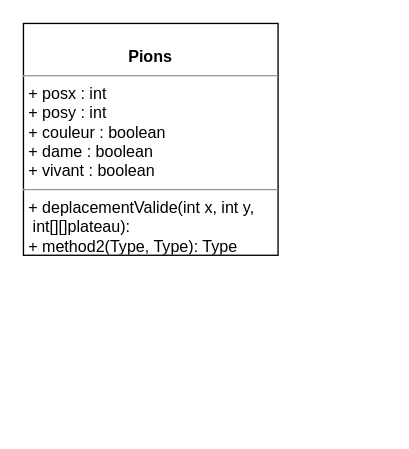
Above: Untitled Diagram.drawio in ElNeoX-dev/Dames (draw.io), before the change. Source tidied: cells renumbered, new cells numbered last; positions are measured from the earlier drawing's top-left corner, leaving out a move shared by most shapes. Both pictures are drawn from the tidied source at 134%, with x=0, y=0 at pixel (23, 23).
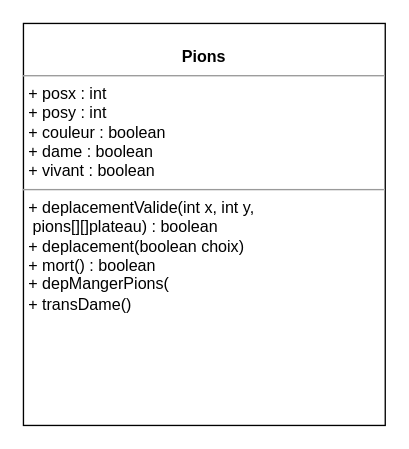
After the change.

What changed in the source:
```diff
@@
 <mxGraphModel background="#ffffff">
   <root>
     <mxCell id="0" />
     <mxCell id="1" parent="0" />
-    <mxCell id="2" value="&lt;p style=&quot;margin: 0px ; margin-top: 4px ; text-align: center&quot;&gt;&lt;br&gt;&lt;b&gt;Pions&lt;/b&gt;&lt;/p&gt;&lt;hr size=&quot;1&quot;&gt;&lt;p style=&quot;margin: 0px ; margin-left: 4px&quot;&gt;+ posx : int&lt;/p&gt;&lt;p style=&quot;margin: 0px ; margin-left: 4px&quot;&gt;+ posy : int&lt;br&gt;+ couleur : boolean&lt;/p&gt;&lt;p style=&quot;margin: 0px ; margin-left: 4px&quot;&gt;+ dame : boolean&lt;/p&gt;&lt;p style=&quot;margin: 0px ; margin-left: 4px&quot;&gt;+ vivant : boolean&lt;/p&gt;&lt;hr size=&quot;1&quot;&gt;&lt;p style=&quot;margin: 0px ; margin-left: 4px&quot;&gt;+ deplacementValide(int x, int y,&lt;/p&gt;&lt;p style=&quot;margin: 0px ; margin-left: 4px&quot;&gt;&amp;nbsp;int[][]plateau):&amp;nbsp;&lt;br&gt;+ method2(Type, Type): Type&lt;/p&gt;" style="verticalAlign=top;align=left;overflow=fill;fontSize=12;fontFamily=Helvetica;html=1;rounded=0;shadow=0;comic=0;labelBackgroundColor=none;strokeWidth=1;" parent="1" vertex="1">
-      <mxGeometry width="190" height="173" as="geometry" />
+    <mxCell id="2" value="&lt;p style=&quot;margin: 0px ; margin-top: 4px ; text-align: center&quot;&gt;&lt;br&gt;&lt;b&gt;Pions&lt;/b&gt;&lt;/p&gt;&lt;hr size=&quot;1&quot;&gt;&lt;p style=&quot;margin: 0px ; margin-left: 4px&quot;&gt;+ posx : int&lt;/p&gt;&lt;p style=&quot;margin: 0px ; margin-left: 4px&quot;&gt;+ posy : int&lt;br&gt;+ couleur : boolean&lt;/p&gt;&lt;p style=&quot;margin: 0px ; margin-left: 4px&quot;&gt;+ dame : boolean&lt;/p&gt;&lt;p style=&quot;margin: 0px ; margin-left: 4px&quot;&gt;+ vivant : boolean&lt;/p&gt;&lt;hr size=&quot;1&quot;&gt;&lt;p style=&quot;margin: 0px ; margin-left: 4px&quot;&gt;+ deplacementValide(int x, int y,&lt;/p&gt;&lt;p style=&quot;margin: 0px ; margin-left: 4px&quot;&gt;&amp;nbsp;pions[][]plateau) : boolean&lt;br&gt;+ deplacement(boolean choix)&lt;/p&gt;&lt;p style=&quot;margin: 0px ; margin-left: 4px&quot;&gt;+ mort() : boolean&lt;/p&gt;&lt;p style=&quot;margin: 0px ; margin-left: 4px&quot;&gt;+ depMangerPions(&lt;/p&gt;&lt;p style=&quot;margin: 0px ; margin-left: 4px&quot;&gt;+ transDame()&lt;/p&gt;" style="verticalAlign=top;align=left;overflow=fill;fontSize=12;fontFamily=Helvetica;html=1;rounded=0;shadow=0;comic=0;labelBackgroundColor=none;strokeWidth=1;" parent="1" vertex="1">
+      <mxGeometry width="270" height="300" as="geometry" />
     </mxCell>
   </root>
 </mxGraphModel>
```
